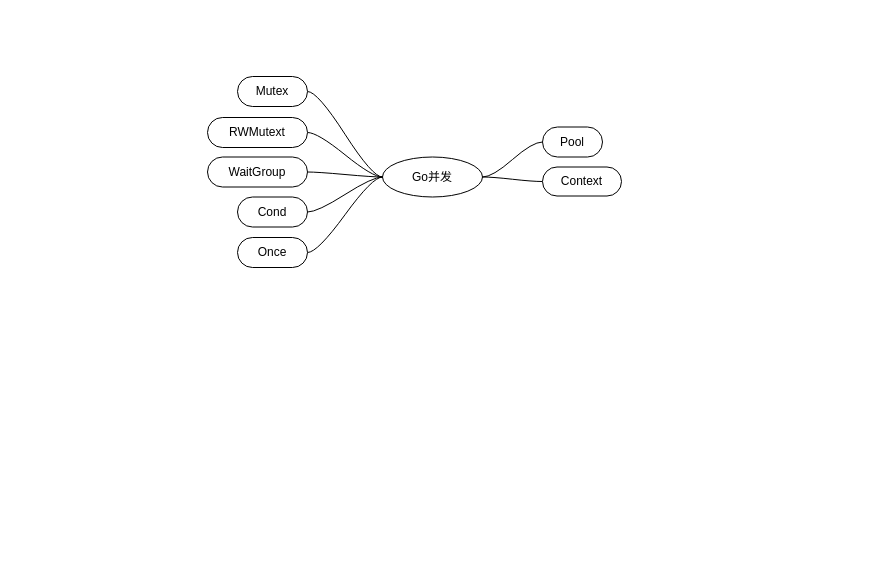
Before: golang/go并发.drawio in zhovdawei/draw, a draw.io diagram. Source tidied: cells renumbered, new cells numbered last; positions are measured from the earlier drawing's top-left corner, leaving out a move shared by most shapes. Both pictures are drawn from the tidied source at 100%, with x=0, y=0 at pixel (207, 76).
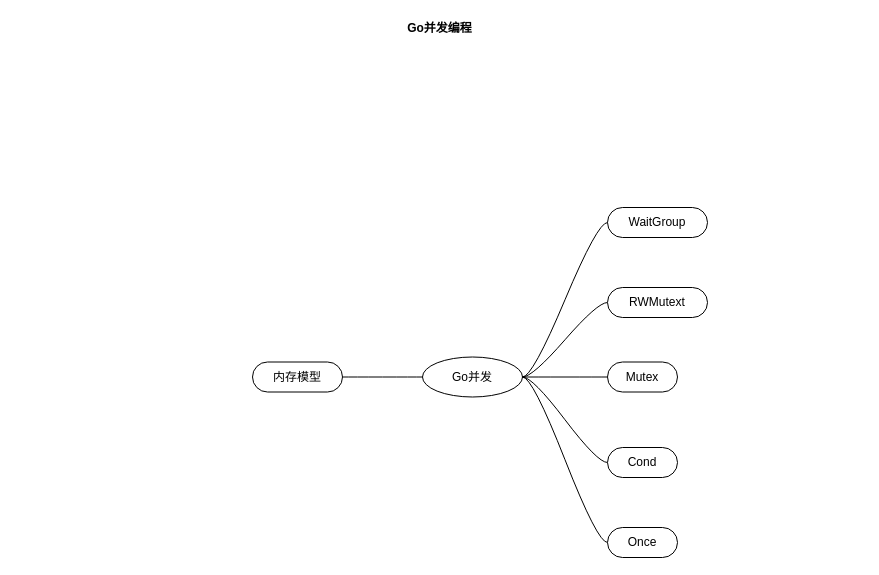
The same diagram, later.

What changed in the source:
```diff
@@
 <mxGraphModel>
   <root>
     <mxCell id="0" />
     <mxCell id="1" parent="0" />
-    <mxCell id="2" style="edgeStyle=entityRelationEdgeStyle;startArrow=none;endArrow=none;segment=10;curved=1;rounded=0;" parent="1" edge="1" source="3" target="4">
-      <mxGeometry relative="1" as="geometry" />
-    </mxCell>
+    <mxCell id="17" value="Go并发编程" style="swimlane;startSize=20;horizontal=1;containerType=tree;swimlaneLine=0;strokeColor=none;" parent="1" vertex="1">
+      <mxGeometry x="-190" y="-59" width="845" height="539.5" as="geometry" />
+    </mxCell>
-    <mxCell id="3" value="Go并发" style="ellipse;whiteSpace=wrap;html=1;align=center;newEdgeStyle={&quot;edgeStyle&quot;:&quot;entityRelationEdgeStyle&quot;,&quot;startArrow&quot;:&quot;none&quot;,&quot;endArrow&quot;:&quot;none&quot;,&quot;segment&quot;:10,&quot;curved&quot;:1};" parent="1" vertex="1">
-      <mxGeometry x="175" y="80.5" width="100" height="40" as="geometry" />
+    <mxCell id="3" value="Go并发" style="ellipse;whiteSpace=wrap;html=1;align=center;newEdgeStyle={&quot;edgeStyle&quot;:&quot;entityRelationEdgeStyle&quot;,&quot;startArrow&quot;:&quot;none&quot;,&quot;endArrow&quot;:&quot;none&quot;,&quot;segment&quot;:10,&quot;curved&quot;:1};" parent="17" vertex="1">
+      <mxGeometry x="405" y="339.5" width="100" height="40" as="geometry" />
     </mxCell>
-    <mxCell id="4" value="WaitGroup" style="whiteSpace=wrap;html=1;rounded=1;arcSize=50;align=center;verticalAlign=middle;strokeWidth=1;spacing=4;newEdgeStyle={&quot;edgeStyle&quot;:&quot;entityRelationEdgeStyle&quot;,&quot;startArrow&quot;:&quot;none&quot;,&quot;endArrow&quot;:&quot;none&quot;,&quot;segment&quot;:10,&quot;curved&quot;:1};" parent="1" vertex="1">
-      <mxGeometry y="80.5" width="100" height="30" as="geometry" />
+    <mxCell id="4" value="WaitGroup" style="whiteSpace=wrap;html=1;rounded=1;arcSize=50;align=center;verticalAlign=middle;strokeWidth=1;spacing=4;newEdgeStyle={&quot;edgeStyle&quot;:&quot;entityRelationEdgeStyle&quot;,&quot;startArrow&quot;:&quot;none&quot;,&quot;endArrow&quot;:&quot;none&quot;,&quot;segment&quot;:10,&quot;curved&quot;:1};" parent="17" vertex="1">
+      <mxGeometry x="590" y="190" width="100" height="30" as="geometry" />
     </mxCell>
+    <mxCell id="2" style="edgeStyle=entityRelationEdgeStyle;startArrow=none;endArrow=none;segment=10;curved=1;rounded=0;" parent="17" edge="1" source="3" target="4">
+      <mxGeometry relative="1" as="geometry" />
+    </mxCell>
-    <mxCell id="5" style="edgeStyle=entityRelationEdgeStyle;startArrow=none;endArrow=none;segment=10;curved=1;rounded=0;" parent="1" edge="1" source="3" target="6">
+    <mxCell id="5" style="edgeStyle=entityRelationEdgeStyle;startArrow=none;endArrow=none;segment=10;curved=1;rounded=0;" parent="17" edge="1" source="3" target="6">
       <mxGeometry relative="1" as="geometry" />
     </mxCell>
-    <mxCell id="6" value="Mutex" style="whiteSpace=wrap;html=1;rounded=1;arcSize=50;align=center;verticalAlign=middle;strokeWidth=1;spacing=4;newEdgeStyle={&quot;edgeStyle&quot;:&quot;entityRelationEdgeStyle&quot;,&quot;startArrow&quot;:&quot;none&quot;,&quot;endArrow&quot;:&quot;none&quot;,&quot;segment&quot;:10,&quot;curved&quot;:1};direction=west;" parent="1" vertex="1">
-      <mxGeometry x="30" width="70" height="30" as="geometry" />
+    <mxCell id="6" value="Mutex" style="whiteSpace=wrap;html=1;rounded=1;arcSize=50;align=center;verticalAlign=middle;strokeWidth=1;spacing=4;newEdgeStyle={&quot;edgeStyle&quot;:&quot;entityRelationEdgeStyle&quot;,&quot;startArrow&quot;:&quot;none&quot;,&quot;endArrow&quot;:&quot;none&quot;,&quot;segment&quot;:10,&quot;curved&quot;:1};direction=west;" parent="17" vertex="1">
+      <mxGeometry x="590" y="344.5" width="70" height="30" as="geometry" />
     </mxCell>
-    <mxCell id="7" style="edgeStyle=entityRelationEdgeStyle;startArrow=none;endArrow=none;segment=10;curved=1;rounded=0;" parent="1" edge="1" source="3" target="8">
+    <mxCell id="7" style="edgeStyle=entityRelationEdgeStyle;startArrow=none;endArrow=none;segment=10;curved=1;rounded=0;" parent="17" edge="1" source="3" target="8">
       <mxGeometry relative="1" as="geometry" />
     </mxCell>
-    <mxCell id="8" value="Cond" style="whiteSpace=wrap;html=1;rounded=1;arcSize=50;align=center;verticalAlign=middle;strokeWidth=1;spacing=4;newEdgeStyle={&quot;edgeStyle&quot;:&quot;entityRelationEdgeStyle&quot;,&quot;startArrow&quot;:&quot;none&quot;,&quot;endArrow&quot;:&quot;none&quot;,&quot;segment&quot;:10,&quot;curved&quot;:1};" parent="1" vertex="1">
-      <mxGeometry x="30" y="120.5" width="70" height="30" as="geometry" />
+    <mxCell id="8" value="Cond" style="whiteSpace=wrap;html=1;rounded=1;arcSize=50;align=center;verticalAlign=middle;strokeWidth=1;spacing=4;newEdgeStyle={&quot;edgeStyle&quot;:&quot;entityRelationEdgeStyle&quot;,&quot;startArrow&quot;:&quot;none&quot;,&quot;endArrow&quot;:&quot;none&quot;,&quot;segment&quot;:10,&quot;curved&quot;:1};" parent="17" vertex="1">
+      <mxGeometry x="590" y="430" width="70" height="30" as="geometry" />
     </mxCell>
-    <mxCell id="9" style="edgeStyle=entityRelationEdgeStyle;startArrow=none;endArrow=none;segment=10;curved=1;rounded=0;" parent="1" edge="1" source="3" target="10">
+    <mxCell id="9" style="edgeStyle=entityRelationEdgeStyle;startArrow=none;endArrow=none;segment=10;curved=1;rounded=0;" parent="17" edge="1" source="3" target="10">
       <mxGeometry relative="1" as="geometry" />
     </mxCell>
-    <mxCell id="10" value="Once" style="whiteSpace=wrap;html=1;rounded=1;arcSize=50;align=center;verticalAlign=middle;strokeWidth=1;spacing=4;newEdgeStyle={&quot;edgeStyle&quot;:&quot;entityRelationEdgeStyle&quot;,&quot;startArrow&quot;:&quot;none&quot;,&quot;endArrow&quot;:&quot;none&quot;,&quot;segment&quot;:10,&quot;curved&quot;:1};" parent="1" vertex="1">
-      <mxGeometry x="30" y="161" width="70" height="30" as="geometry" />
+    <mxCell id="10" value="Once" style="whiteSpace=wrap;html=1;rounded=1;arcSize=50;align=center;verticalAlign=middle;strokeWidth=1;spacing=4;newEdgeStyle={&quot;edgeStyle&quot;:&quot;entityRelationEdgeStyle&quot;,&quot;startArrow&quot;:&quot;none&quot;,&quot;endArrow&quot;:&quot;none&quot;,&quot;segment&quot;:10,&quot;curved&quot;:1};" parent="17" vertex="1">
+      <mxGeometry x="590" y="510" width="70" height="30" as="geometry" />
     </mxCell>
-    <mxCell id="11" style="edgeStyle=entityRelationEdgeStyle;startArrow=none;endArrow=none;segment=10;curved=1;rounded=0;" parent="1" edge="1" source="3" target="12">
-      <mxGeometry relative="1" as="geometry" />
-    </mxCell>
-    <mxCell id="12" value="Pool" style="whiteSpace=wrap;html=1;rounded=1;arcSize=50;align=center;verticalAlign=middle;strokeWidth=1;spacing=4;newEdgeStyle={&quot;edgeStyle&quot;:&quot;entityRelationEdgeStyle&quot;,&quot;startArrow&quot;:&quot;none&quot;,&quot;endArrow&quot;:&quot;none&quot;,&quot;segment&quot;:10,&quot;curved&quot;:1};" parent="1" vertex="1">
-      <mxGeometry x="335" y="50.5" width="60" height="30" as="geometry" />
-    </mxCell>
-    <mxCell id="13" style="edgeStyle=entityRelationEdgeStyle;startArrow=none;endArrow=none;segment=10;curved=1;rounded=0;" parent="1" edge="1" source="3" target="14">
-      <mxGeometry relative="1" as="geometry" />
-    </mxCell>
-    <mxCell id="14" value="Context" style="whiteSpace=wrap;html=1;rounded=1;arcSize=50;align=center;verticalAlign=middle;strokeWidth=1;spacing=4;newEdgeStyle={&quot;edgeStyle&quot;:&quot;entityRelationEdgeStyle&quot;,&quot;startArrow&quot;:&quot;none&quot;,&quot;endArrow&quot;:&quot;none&quot;,&quot;segment&quot;:10,&quot;curved&quot;:1};" parent="1" vertex="1">
-      <mxGeometry x="335" y="90.5" width="79" height="29" as="geometry" />
-    </mxCell>
-    <mxCell id="15" style="edgeStyle=entityRelationEdgeStyle;startArrow=none;endArrow=none;segment=10;curved=1;rounded=0;" parent="1" edge="1" source="3" target="16">
+    <mxCell id="15" style="edgeStyle=entityRelationEdgeStyle;startArrow=none;endArrow=none;segment=10;curved=1;rounded=0;" parent="17" edge="1" source="3" target="16">
       <mxGeometry relative="1" as="geometry" />
     </mxCell>
-    <mxCell id="16" value="RWMutext" style="whiteSpace=wrap;html=1;rounded=1;arcSize=50;align=center;verticalAlign=middle;strokeWidth=1;spacing=4;newEdgeStyle={&quot;edgeStyle&quot;:&quot;entityRelationEdgeStyle&quot;,&quot;startArrow&quot;:&quot;none&quot;,&quot;endArrow&quot;:&quot;none&quot;,&quot;segment&quot;:10,&quot;curved&quot;:1};" parent="1" vertex="1">
-      <mxGeometry y="41" width="100" height="30" as="geometry" />
+    <mxCell id="16" value="RWMutext" style="whiteSpace=wrap;html=1;rounded=1;arcSize=50;align=center;verticalAlign=middle;strokeWidth=1;spacing=4;newEdgeStyle={&quot;edgeStyle&quot;:&quot;entityRelationEdgeStyle&quot;,&quot;startArrow&quot;:&quot;none&quot;,&quot;endArrow&quot;:&quot;none&quot;,&quot;segment&quot;:10,&quot;curved&quot;:1};" parent="17" vertex="1">
+      <mxGeometry x="590" y="270" width="100" height="30" as="geometry" />
     </mxCell>
+    <mxCell id="18" style="edgeStyle=entityRelationEdgeStyle;startArrow=none;endArrow=none;segment=10;curved=1;rounded=0;" parent="17" edge="1" source="3" target="19">
+      <mxGeometry relative="1" as="geometry" />
+    </mxCell>
+    <mxCell id="19" value="内存模型" style="whiteSpace=wrap;html=1;rounded=1;arcSize=50;align=center;verticalAlign=middle;strokeWidth=1;spacing=4;newEdgeStyle={&quot;edgeStyle&quot;:&quot;entityRelationEdgeStyle&quot;,&quot;startArrow&quot;:&quot;none&quot;,&quot;endArrow&quot;:&quot;none&quot;,&quot;segment&quot;:10,&quot;curved&quot;:1};" parent="17" vertex="1">
+      <mxGeometry x="235" y="344.5" width="90" height="30" as="geometry" />
+    </mxCell>
   </root>
 </mxGraphModel>
```
